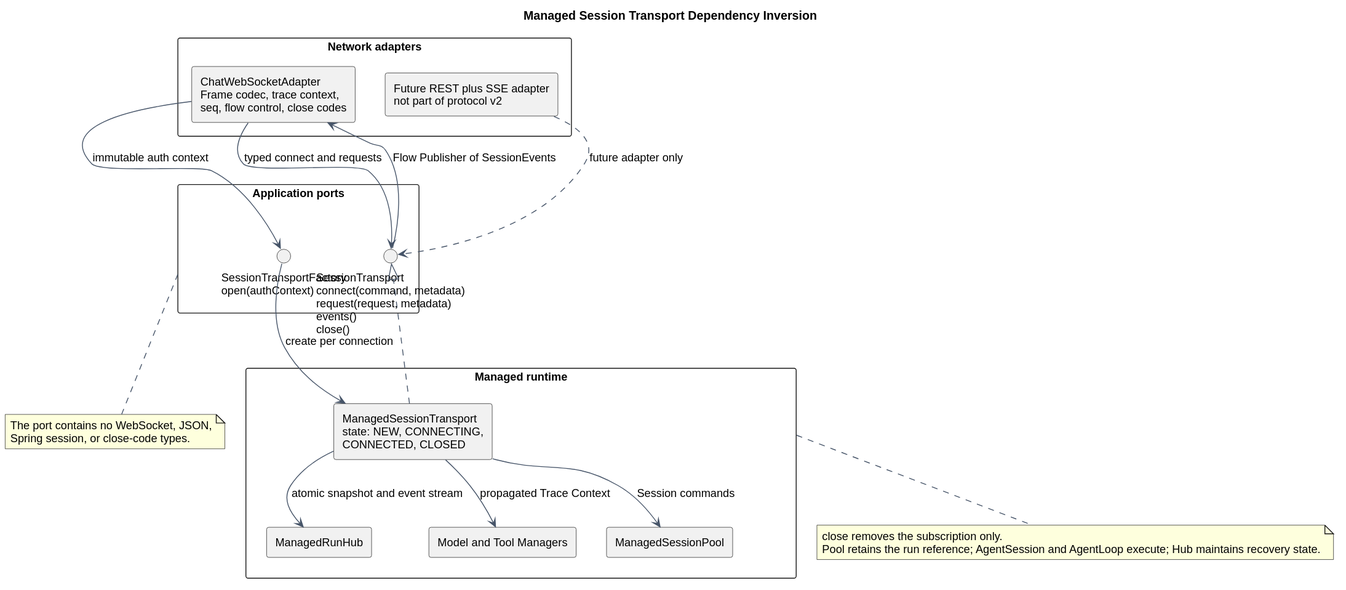
superheromeZzh/pi-mono-java-design keeps this PlantUML diagram as pi-mono-java-manager-driven-multi-agent-runtime/managed_session_transport_dependency_inversion.svg. Above is the earlier version.
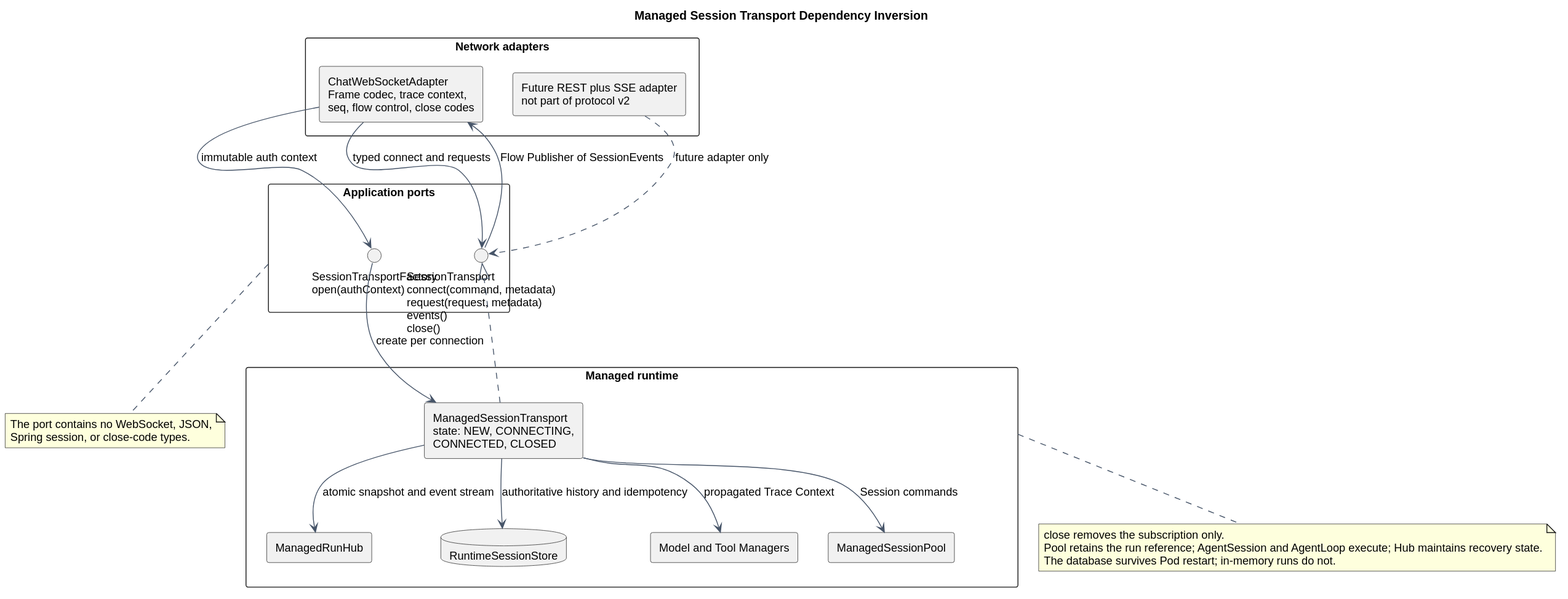
After the commit.

What changed in the source:
```diff
@@ -24,6 +24,7 @@
   component "ManagedSessionTransport\nstate: NEW, CONNECTING,\nCONNECTED, CLOSED" as ManagedTransport
   component "ManagedSessionPool" as Pool
   component "ManagedRunHub" as Hub
+  database "RuntimeSessionStore" as Store
   component "Model and Tool Managers" as Managers
 }
 
@@ -34,6 +35,7 @@
 TransportPort --> WebSocketAdapter : Flow Publisher of SessionEvents
 ManagedTransport --> Pool : Session commands
 ManagedTransport --> Hub : atomic snapshot and event stream
+ManagedTransport --> Store : authoritative history and idempotency
 ManagedTransport --> Managers : propagated Trace Context
 FutureAdapter ..> TransportPort : future adapter only
 
@@ -45,5 +47,6 @@
 note bottom of Runtime
 close removes the subscription only.
 Pool retains the run reference; AgentSession and AgentLoop execute; Hub maintains recovery state.
+The database survives Pod restart; in-memory runs do not.
 end note
 @enduml
```
